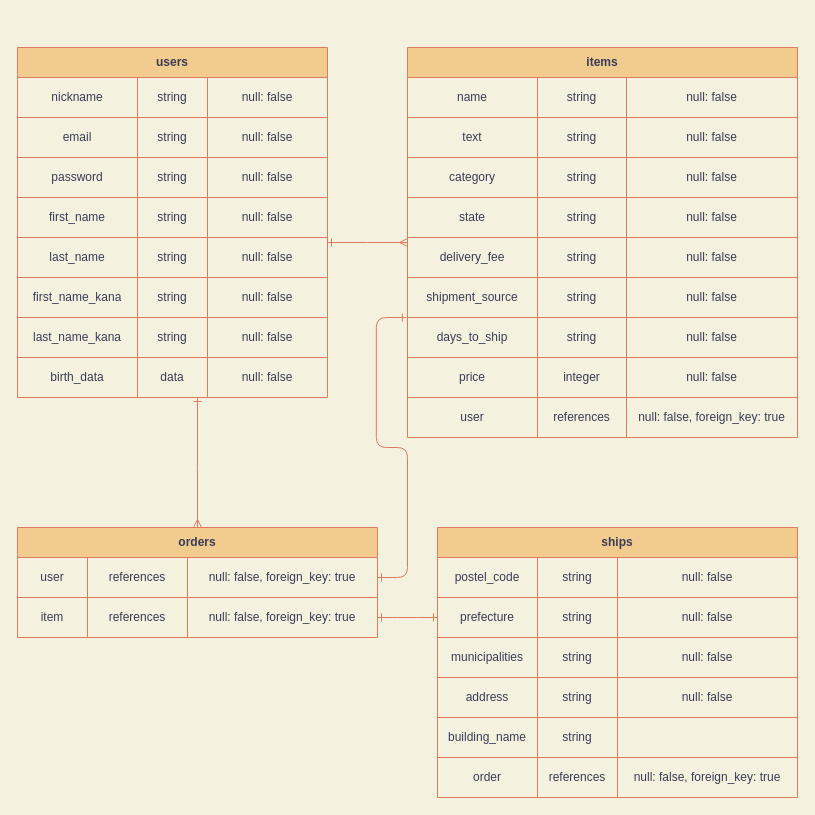
Above: ER.dio in MinnaHajimehaTamago/furima-323343 (draw.io), before the change. Source tidied: cells renumbered, new cells numbered last; positions are measured from the earlier drawing's top-left corner, leaving out a move shared by most shapes. Both pictures are drawn from the tidied source at 100%, with x=0, y=0 at pixel (17, 47).
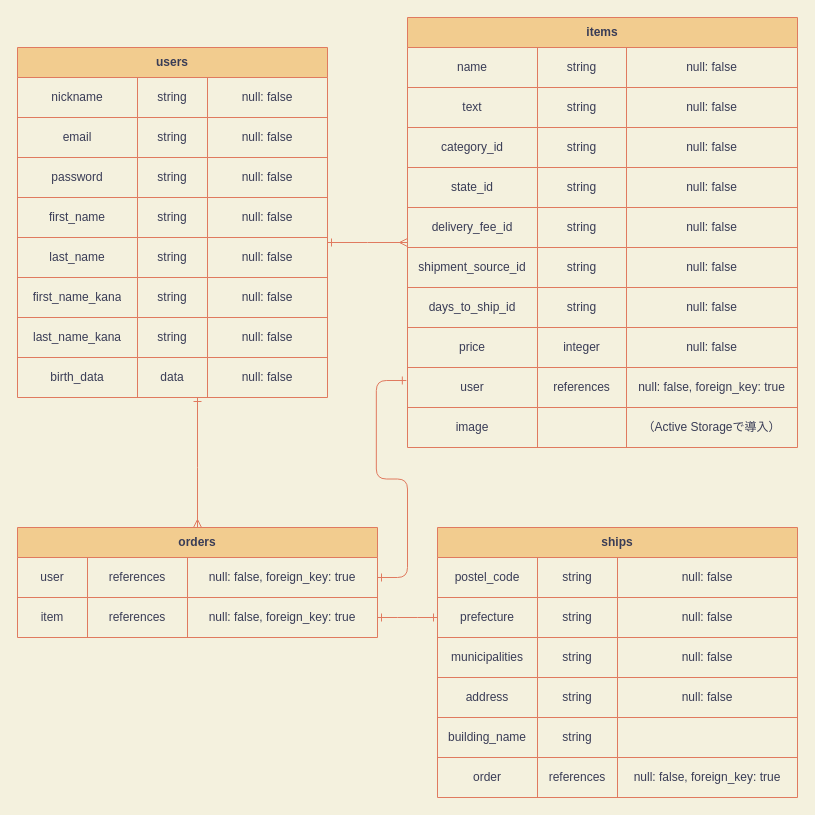
After the change.

Unchanged cells that the change refers to:
```xml
<mxCell id="46" style="shape=partialRectangle;html=1;whiteSpace=wrap;fillColor=none;top=0;left=0;bottom=0;right=0;fontColor=#393C56;strokeColor=#E07A5F;labelBackgroundColor=none;" parent="37" vertex="1">
  <mxGeometry y="110" width="390" height="40" as="geometry" />
</mxCell>
<mxCell id="50" style="shape=partialRectangle;html=1;whiteSpace=wrap;fillColor=none;top=0;left=0;bottom=0;right=0;fontColor=#393C56;strokeColor=#E07A5F;labelBackgroundColor=none;" parent="37" vertex="1">
  <mxGeometry y="150" width="390" height="40" as="geometry" />
</mxCell>
<mxCell id="54" style="shape=partialRectangle;html=1;whiteSpace=wrap;fillColor=none;top=0;left=0;bottom=0;right=0;fontColor=#393C56;strokeColor=#E07A5F;labelBackgroundColor=none;" parent="37" vertex="1">
  <mxGeometry y="190" width="390" height="40" as="geometry" />
</mxCell>
<mxCell id="58" style="shape=partialRectangle;html=1;whiteSpace=wrap;fillColor=none;top=0;left=0;bottom=0;right=0;fontColor=#393C56;strokeColor=#E07A5F;labelBackgroundColor=none;" parent="37" vertex="1">
  <mxGeometry y="230" width="390" height="40" as="geometry" />
</mxCell>
<mxCell id="62" style="shape=partialRectangle;html=1;whiteSpace=wrap;fillColor=none;top=0;left=0;bottom=0;right=0;points=[[0,0.5],[1,0.5]];portConstraint=eastwest;fontColor=#393C56;strokeColor=#E07A5F;labelBackgroundColor=none;" parent="37" vertex="1">
  <mxGeometry y="270" width="390" height="40" as="geometry" />
</mxCell>
<mxCell id="70" style="shape=partialRectangle;html=1;whiteSpace=wrap;fillColor=none;top=0;left=0;bottom=0;right=0;points=[[0,0.5],[1,0.5]];portConstraint=eastwest;fontColor=#393C56;strokeColor=#E07A5F;labelBackgroundColor=none;" parent="37" vertex="1">
  <mxGeometry y="350" width="390" height="40" as="geometry" />
</mxCell>
```

What changed in the source:
```diff
@@
     <mxCell id="37" value="items" style="shape=table;html=1;whiteSpace=wrap;startSize=30;childLayout=tableLayout;fontStyle=1;align=center;strokeColor=#E07A5F;fontColor=#393C56;fillColor=#F2CC8F;labelBackgroundColor=none;" parent="1" vertex="1">
-      <mxGeometry x="390" width="390" height="390" as="geometry" />
+      <mxGeometry x="390" y="-30" width="390" height="430" as="geometry" />
     </mxCell>
@@
-    <mxCell id="47" value="category" style="shape=partialRectangle;html=1;whiteSpace=wrap;fillColor=none;top=0;left=0;bottom=0;right=0;overflow=hidden;fontColor=#393C56;strokeColor=#E07A5F;labelBackgroundColor=none;" parent="46" vertex="1">
+    <mxCell id="47" value="category_id" style="shape=partialRectangle;html=1;whiteSpace=wrap;fillColor=none;top=0;left=0;bottom=0;right=0;overflow=hidden;fontColor=#393C56;strokeColor=#E07A5F;labelBackgroundColor=none;" parent="46" vertex="1">
       <mxGeometry width="130" height="40" as="geometry" />
     </mxCell>
@@
-    <mxCell id="51" value="state" style="shape=partialRectangle;html=1;whiteSpace=wrap;fillColor=none;top=0;left=0;bottom=0;right=0;overflow=hidden;fontColor=#393C56;strokeColor=#E07A5F;labelBackgroundColor=none;" parent="50" vertex="1">
+    <mxCell id="51" value="state_id" style="shape=partialRectangle;html=1;whiteSpace=wrap;fillColor=none;top=0;left=0;bottom=0;right=0;overflow=hidden;fontColor=#393C56;strokeColor=#E07A5F;labelBackgroundColor=none;" parent="50" vertex="1">
       <mxGeometry width="130" height="40" as="geometry" />
     </mxCell>
@@
-    <mxCell id="55" value="delivery_fee" style="shape=partialRectangle;html=1;whiteSpace=wrap;fillColor=none;top=0;left=0;bottom=0;right=0;overflow=hidden;fontColor=#393C56;strokeColor=#E07A5F;labelBackgroundColor=none;" parent="54" vertex="1">
+    <mxCell id="55" value="delivery_fee_id" style="shape=partialRectangle;html=1;whiteSpace=wrap;fillColor=none;top=0;left=0;bottom=0;right=0;overflow=hidden;fontColor=#393C56;strokeColor=#E07A5F;labelBackgroundColor=none;" parent="54" vertex="1">
       <mxGeometry width="130" height="40" as="geometry" />
     </mxCell>
@@
-    <mxCell id="59" value="shipment_source" style="shape=partialRectangle;html=1;whiteSpace=wrap;fillColor=none;top=0;left=0;bottom=0;right=0;overflow=hidden;fontColor=#393C56;strokeColor=#E07A5F;labelBackgroundColor=none;" parent="58" vertex="1">
+    <mxCell id="59" value="shipment_source_id" style="shape=partialRectangle;html=1;whiteSpace=wrap;fillColor=none;top=0;left=0;bottom=0;right=0;overflow=hidden;fontColor=#393C56;strokeColor=#E07A5F;labelBackgroundColor=none;" parent="58" vertex="1">
       <mxGeometry width="130" height="40" as="geometry" />
     </mxCell>
@@
-    <mxCell id="63" value="days_to_ship" style="shape=partialRectangle;html=1;whiteSpace=wrap;fillColor=none;top=0;left=0;bottom=0;right=0;overflow=hidden;fontColor=#393C56;strokeColor=#E07A5F;labelBackgroundColor=none;" parent="62" vertex="1">
+    <mxCell id="63" value="days_to_ship_id" style="shape=partialRectangle;html=1;whiteSpace=wrap;fillColor=none;top=0;left=0;bottom=0;right=0;overflow=hidden;fontColor=#393C56;strokeColor=#E07A5F;labelBackgroundColor=none;" parent="62" vertex="1">
       <mxGeometry width="130" height="40" as="geometry" />
     </mxCell>
@@
+    <mxCell id="111" style="shape=partialRectangle;html=1;whiteSpace=wrap;fillColor=none;top=0;left=0;bottom=0;right=0;fontColor=#393C56;strokeColor=#E07A5F;labelBackgroundColor=none;" parent="37" vertex="1">
+      <mxGeometry y="390" width="390" height="40" as="geometry" />
+    </mxCell>
+    <mxCell id="112" value="image" style="shape=partialRectangle;html=1;whiteSpace=wrap;fillColor=none;top=0;left=0;bottom=0;right=0;overflow=hidden;fontColor=#393C56;strokeColor=#E07A5F;labelBackgroundColor=none;" parent="111" vertex="1">
+      <mxGeometry width="130" height="40" as="geometry" />
+    </mxCell>
+    <mxCell id="113" style="shape=partialRectangle;html=1;whiteSpace=wrap;fillColor=none;top=0;left=0;bottom=0;right=0;overflow=hidden;fontColor=#393C56;strokeColor=#E07A5F;labelBackgroundColor=none;" parent="111" vertex="1">
+      <mxGeometry x="130" width="89" height="40" as="geometry" />
+    </mxCell>
+    <mxCell id="114" value="（Active Storageで導入）" style="shape=partialRectangle;html=1;whiteSpace=wrap;fillColor=none;top=0;left=0;bottom=0;right=0;overflow=hidden;fontColor=#393C56;strokeColor=#E07A5F;labelBackgroundColor=none;" parent="111" vertex="1">
+      <mxGeometry x="219" width="171" height="40" as="geometry" />
+    </mxCell>
@@
-    <mxCell id="109" style="edgeStyle=entityRelationEdgeStyle;fontSize=12;html=1;endArrow=ERone;endFill=1;entryX=-0.003;entryY=0;entryDx=0;entryDy=0;entryPerimeter=0;startArrow=ERone;startFill=0;strokeColor=#E07A5F;fontColor=#393C56;labelBackgroundColor=none;" parent="1" edge="1" target="62">
+    <mxCell id="109" style="edgeStyle=entityRelationEdgeStyle;fontSize=12;html=1;endArrow=ERone;endFill=1;entryX=-0.003;entryY=0.325;entryDx=0;entryDy=0;entryPerimeter=0;startArrow=ERone;startFill=0;strokeColor=#E07A5F;fontColor=#393C56;labelBackgroundColor=none;" parent="1" edge="1" target="70">
       <mxGeometry relative="1" as="geometry">
         <mxPoint x="360" y="530" as="sourcePoint" />
       </mxGeometry>
     </mxCell>
```
